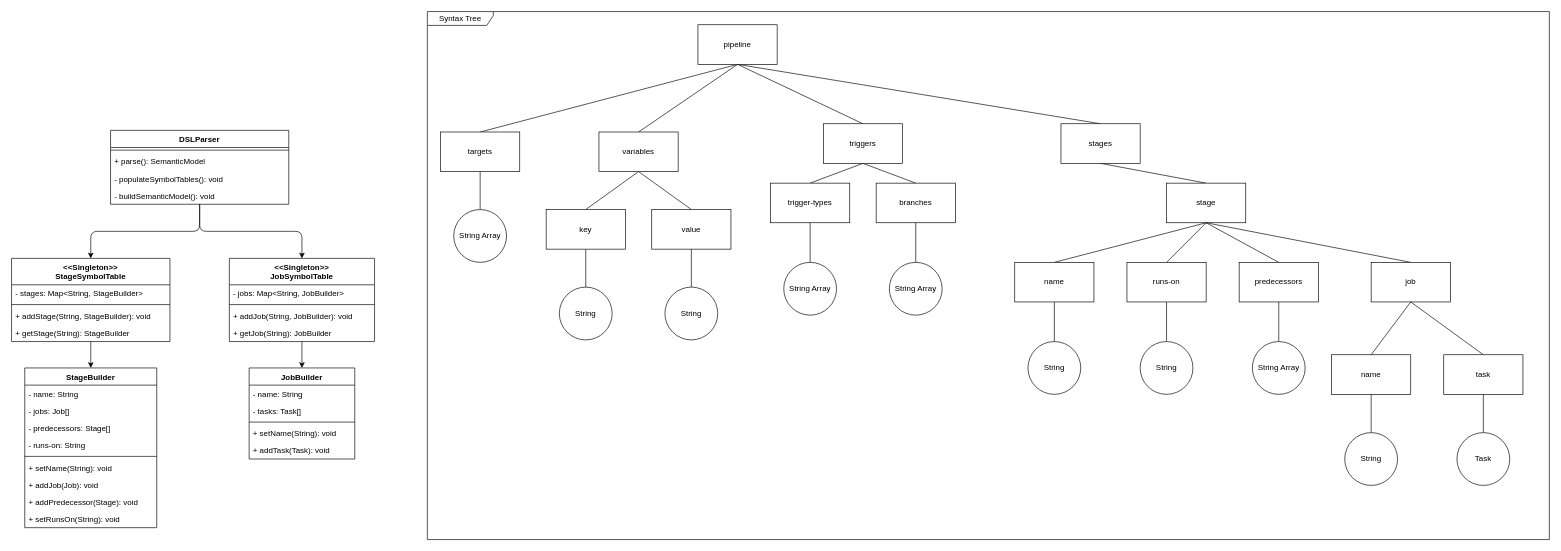
Above: page "Parser" (2 of 6) of documentation/diagrams/SystemOverview.drawio in Tobiaskr12/SingularCI (draw.io), before the change. Source tidied: cells renumbered, new cells numbered last; positions are measured from the earlier drawing's top-left corner, leaving out a move shared by most shapes. Both pictures are drawn from the tidied source at 66%, with x=0, y=0 at pixel (11, 11).
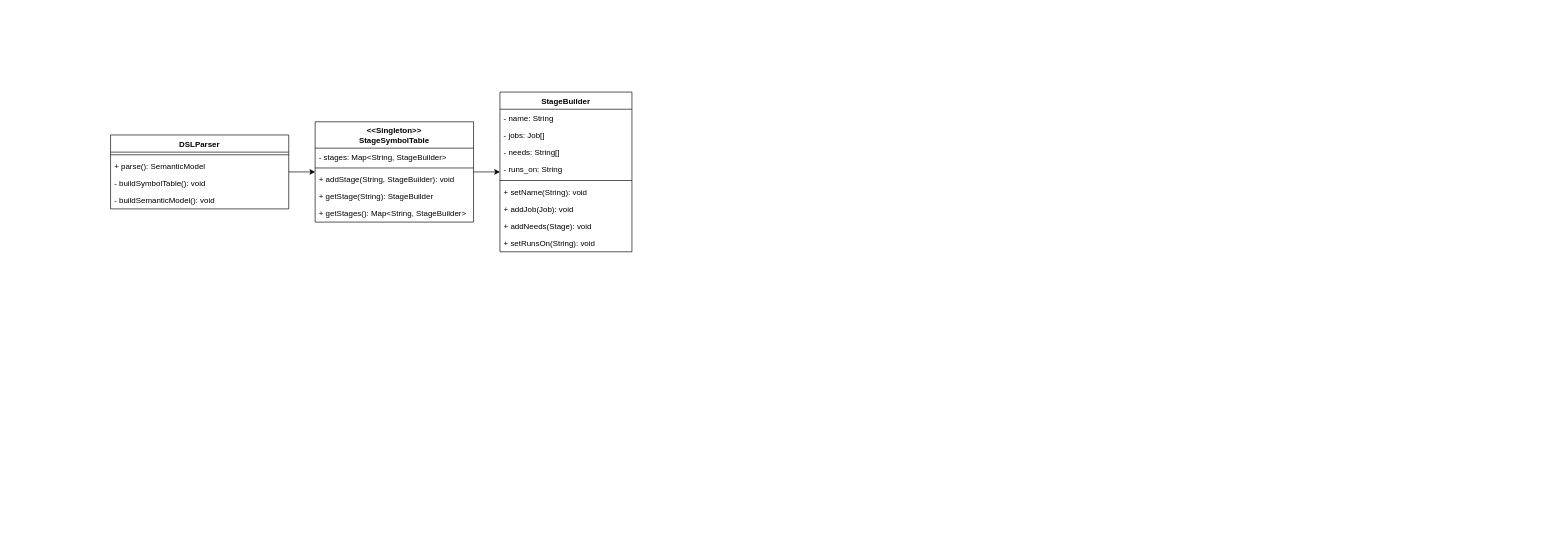
Above is the later version.

Change to the diagram source:
```diff
@@
-    <mxCell id="2" value="Syntax Tree" style="shape=umlFrame;whiteSpace=wrap;html=1;width=100;height=21;" parent="1" vertex="1">
-      <mxGeometry x="630" width="1700" height="800" as="geometry" />
-    </mxCell>
-    <mxCell id="3" style="edgeStyle=orthogonalEdgeStyle;html=1;entryX=0.5;entryY=0;entryDx=0;entryDy=0;" parent="1" edge="1" source="4" target="10">
+    <mxCell id="3" style="edgeStyle=orthogonalEdgeStyle;html=1;" parent="1" edge="1" source="4" target="10">
       <mxGeometry relative="1" as="geometry" />
     </mxCell>
     <mxCell id="4" value="DSLParser" style="swimlane;fontStyle=1;align=center;verticalAlign=top;horizontal=1;startSize=26;" parent="1" vertex="1">
-      <mxGeometry x="150" y="180" width="270" height="112" as="geometry" />
+      <mxGeometry x="150" y="187" width="270" height="112" as="geometry" />
     </mxCell>
@@
-    <mxCell id="7" value="- populateSymbolTables(): void" style="text;strokeColor=none;fillColor=none;align=left;verticalAlign=top;spacingLeft=4;spacingRight=4;overflow=hidden;" parent="4" vertex="1">
+    <mxCell id="7" value="- buildSymbolTable(): void" style="text;strokeColor=none;fillColor=none;align=left;verticalAlign=top;spacingLeft=4;spacingRight=4;overflow=hidden;" parent="4" vertex="1">
       <mxGeometry y="60" width="270" height="26" as="geometry" />
     </mxCell>
@@
-    <mxCell id="9" style="edgeStyle=orthogonalEdgeStyle;html=1;entryX=0.5;entryY=0;entryDx=0;entryDy=0;endArrow=classic;endFill=1;endSize=6;" parent="1" edge="1" source="10" target="22">
+    <mxCell id="9" style="edgeStyle=orthogonalEdgeStyle;html=1;endArrow=classic;endFill=1;endSize=6;" parent="1" edge="1" source="10" target="22">
       <mxGeometry relative="1" as="geometry" />
     </mxCell>
     <mxCell id="10" value="&lt;&lt;Singleton&gt;&gt;&#10;StageSymbolTable" style="swimlane;fontStyle=1;align=center;verticalAlign=top;horizontal=1;startSize=40;" parent="1" vertex="1">
-      <mxGeometry y="374" width="240" height="126" as="geometry" />
+      <mxGeometry x="460" y="167" width="240" height="152" as="geometry" />
     </mxCell>
@@
-    <mxCell id="15" style="edgeStyle=orthogonalEdgeStyle;html=1;entryX=0.5;entryY=0;entryDx=0;entryDy=0;endArrow=classic;endFill=1;endSize=6;" parent="1" edge="1" source="17" target="32">
-      <mxGeometry relative="1" as="geometry" />
-    </mxCell>
-    <mxCell id="16" style="edgeStyle=orthogonalEdgeStyle;html=1;exitX=0.5;exitY=0;exitDx=0;exitDy=0;endArrow=none;endFill=0;startArrow=classic;startFill=1;" parent="1" edge="1" source="17" target="4">
-      <mxGeometry relative="1" as="geometry" />
-    </mxCell>
-    <mxCell id="17" value="&lt;&lt;Singleton&gt;&gt;&#10;JobSymbolTable" style="swimlane;fontStyle=1;align=center;verticalAlign=top;horizontal=1;startSize=40;" parent="1" vertex="1">
-      <mxGeometry x="330" y="374" width="220" height="126" as="geometry" />
-    </mxCell>
-    <mxCell id="18" value="- jobs: Map&lt;String, JobBuilder&gt;" style="text;strokeColor=none;fillColor=none;align=left;verticalAlign=top;spacingLeft=4;spacingRight=4;overflow=hidden;" parent="17" vertex="1">
-      <mxGeometry y="40" width="220" height="26" as="geometry" />
-    </mxCell>
-    <mxCell id="19" style="line;strokeWidth=1;fillColor=none;align=left;verticalAlign=middle;spacingTop=-1;spacingLeft=3;spacingRight=3;labelPosition=right;" parent="17" vertex="1">
-      <mxGeometry y="66" width="220" height="8" as="geometry" />
-    </mxCell>
-    <mxCell id="20" value="+ addJob(String, JobBuilder): void" style="text;strokeColor=none;fillColor=none;align=left;verticalAlign=top;spacingLeft=4;spacingRight=4;overflow=hidden;" parent="17" vertex="1">
-      <mxGeometry y="74" width="220" height="26" as="geometry" />
-    </mxCell>
-    <mxCell id="21" value="+ getJob(String): JobBuilder" style="text;strokeColor=none;fillColor=none;align=left;verticalAlign=top;spacingLeft=4;spacingRight=4;overflow=hidden;" parent="17" vertex="1">
-      <mxGeometry y="100" width="220" height="26" as="geometry" />
-    </mxCell>
+    <mxCell id="89" value="+ getStages(): Map&lt;String, StageBuilder&gt;" style="text;strokeColor=none;fillColor=none;align=left;verticalAlign=top;spacingLeft=4;spacingRight=4;overflow=hidden;" parent="10" vertex="1">
+      <mxGeometry y="126" width="240" height="26" as="geometry" />
+    </mxCell>
     <mxCell id="22" value="StageBuilder" style="swimlane;fontStyle=1;align=center;verticalAlign=top;horizontal=1;startSize=26;" parent="1" vertex="1">
-      <mxGeometry x="20" y="540" width="200" height="242" as="geometry" />
+      <mxGeometry x="740" y="122" width="200" height="242" as="geometry" />
     </mxCell>
@@
-    <mxCell id="25" value="- predecessors: Stage[]" style="text;strokeColor=none;fillColor=none;align=left;verticalAlign=top;spacingLeft=4;spacingRight=4;overflow=hidden;" parent="22" vertex="1">
+    <mxCell id="25" value="- needs: String[]" style="text;strokeColor=none;fillColor=none;align=left;verticalAlign=top;spacingLeft=4;spacingRight=4;overflow=hidden;" parent="22" vertex="1">
       <mxGeometry y="78" width="200" height="26" as="geometry" />
     </mxCell>
-    <mxCell id="26" value="- runs-on: String" style="text;strokeColor=none;fillColor=none;align=left;verticalAlign=top;spacingLeft=4;spacingRight=4;overflow=hidden;" parent="22" vertex="1">
+    <mxCell id="26" value="- runs_on: String" style="text;strokeColor=none;fillColor=none;align=left;verticalAlign=top;spacingLeft=4;spacingRight=4;overflow=hidden;" parent="22" vertex="1">
       <mxGeometry y="104" width="200" height="26" as="geometry" />
     </mxCell>
@@
-    <mxCell id="30" value="+ addPredecessor(Stage): void" style="text;strokeColor=none;fillColor=none;align=left;verticalAlign=top;spacingLeft=4;spacingRight=4;overflow=hidden;" parent="22" vertex="1">
+    <mxCell id="30" value="+ addNeeds(Stage): void" style="text;strokeColor=none;fillColor=none;align=left;verticalAlign=top;spacingLeft=4;spacingRight=4;overflow=hidden;" parent="22" vertex="1">
       <mxGeometry y="190" width="200" height="26" as="geometry" />
     </mxCell>
@@
-    <mxCell id="32" value="JobBuilder" style="swimlane;fontStyle=1;align=center;verticalAlign=top;horizontal=1;startSize=26;" parent="1" vertex="1">
-      <mxGeometry x="360" y="540" width="160" height="138" as="geometry" />
-    </mxCell>
-    <mxCell id="33" value="- name: String" style="text;strokeColor=none;fillColor=none;align=left;verticalAlign=top;spacingLeft=4;spacingRight=4;overflow=hidden;" parent="32" vertex="1">
-      <mxGeometry y="26" width="160" height="26" as="geometry" />
-    </mxCell>
-    <mxCell id="34" value="- tasks: Task[]" style="text;strokeColor=none;fillColor=none;align=left;verticalAlign=top;spacingLeft=4;spacingRight=4;overflow=hidden;" parent="32" vertex="1">
-      <mxGeometry y="52" width="160" height="26" as="geometry" />
-    </mxCell>
-    <mxCell id="35" style="line;strokeWidth=1;fillColor=none;align=left;verticalAlign=middle;spacingTop=-1;spacingLeft=3;spacingRight=3;labelPosition=right;" parent="32" vertex="1">
-      <mxGeometry y="78" width="160" height="8" as="geometry" />
-    </mxCell>
-    <mxCell id="36" value="+ setName(String): void" style="text;strokeColor=none;fillColor=none;align=left;verticalAlign=top;spacingLeft=4;spacingRight=4;overflow=hidden;" parent="32" vertex="1">
-      <mxGeometry y="86" width="160" height="26" as="geometry" />
-    </mxCell>
-    <mxCell id="37" value="+ addTask(Task): void" style="text;strokeColor=none;fillColor=none;align=left;verticalAlign=top;spacingLeft=4;spacingRight=4;overflow=hidden;" parent="32" vertex="1">
-      <mxGeometry y="112" width="160" height="26" as="geometry" />
-    </mxCell>
-    <mxCell id="38" style="html=1;exitX=0.5;exitY=0;exitDx=0;exitDy=0;entryX=0.5;entryY=1;entryDx=0;entryDy=0;endArrow=none;endFill=0;endSize=6;" parent="1" edge="1" source="43" target="42">
-      <mxGeometry relative="1" as="geometry" />
-    </mxCell>
-    <mxCell id="39" style="edgeStyle=none;html=1;exitX=0.5;exitY=0;exitDx=0;exitDy=0;entryX=0.5;entryY=1;entryDx=0;entryDy=0;endArrow=none;endFill=0;endSize=6;" parent="1" edge="1" source="46" target="42">
-      <mxGeometry relative="1" as="geometry" />
-    </mxCell>
-    <mxCell id="40" style="edgeStyle=none;html=1;exitX=0.5;exitY=0;exitDx=0;exitDy=0;entryX=0.5;entryY=1;entryDx=0;entryDy=0;endArrow=none;endFill=0;endSize=6;" parent="1" edge="1" source="49" target="42">
-      <mxGeometry relative="1" as="geometry" />
-    </mxCell>
-    <mxCell id="41" style="edgeStyle=none;html=1;exitX=0.5;exitY=0;exitDx=0;exitDy=0;entryX=0.5;entryY=1;entryDx=0;entryDy=0;endArrow=none;endFill=0;endSize=6;" parent="1" edge="1" source="56" target="42">
-      <mxGeometry relative="1" as="geometry" />
-    </mxCell>
-    <mxCell id="42" value="pipeline" style="rounded=0;whiteSpace=wrap;html=1;" parent="1" vertex="1">
-      <mxGeometry x="1040" y="20" width="120" height="60" as="geometry" />
-    </mxCell>
-    <mxCell id="43" value="targets" style="rounded=0;whiteSpace=wrap;html=1;" parent="1" vertex="1">
-      <mxGeometry x="650" y="182.5" width="120" height="60" as="geometry" />
-    </mxCell>
-    <mxCell id="44" style="edgeStyle=none;html=1;exitX=0.5;exitY=1;exitDx=0;exitDy=0;entryX=0.5;entryY=0;entryDx=0;entryDy=0;endArrow=none;endFill=0;endSize=6;" parent="1" edge="1" source="46" target="51">
-      <mxGeometry relative="1" as="geometry" />
-    </mxCell>
-    <mxCell id="45" style="edgeStyle=none;html=1;exitX=0.5;exitY=1;exitDx=0;exitDy=0;entryX=0.5;entryY=0;entryDx=0;entryDy=0;endArrow=none;endFill=0;endSize=6;" parent="1" edge="1" source="46" target="52">
-      <mxGeometry relative="1" as="geometry" />
-    </mxCell>
-    <mxCell id="46" value="variables" style="rounded=0;whiteSpace=wrap;html=1;" parent="1" vertex="1">
-      <mxGeometry x="890" y="182.5" width="120" height="60" as="geometry" />
-    </mxCell>
-    <mxCell id="47" style="edgeStyle=none;html=1;exitX=0.5;exitY=1;exitDx=0;exitDy=0;entryX=0.5;entryY=0;entryDx=0;entryDy=0;endArrow=none;endFill=0;endSize=6;" parent="1" edge="1" source="49" target="53">
-      <mxGeometry relative="1" as="geometry" />
-    </mxCell>
-    <mxCell id="48" style="edgeStyle=none;html=1;exitX=0.5;exitY=1;exitDx=0;exitDy=0;entryX=0.5;entryY=0;entryDx=0;entryDy=0;endArrow=none;endFill=0;endSize=6;" parent="1" edge="1" source="49" target="54">
-      <mxGeometry relative="1" as="geometry" />
-    </mxCell>
-    <mxCell id="49" value="triggers" style="rounded=0;whiteSpace=wrap;html=1;" parent="1" vertex="1">
-      <mxGeometry x="1230" y="170" width="120" height="60" as="geometry" />
-    </mxCell>
-    <mxCell id="50" style="edgeStyle=none;html=1;exitX=0.5;exitY=1;exitDx=0;exitDy=0;entryX=0.5;entryY=0;entryDx=0;entryDy=0;endArrow=none;endFill=0;endSize=6;" parent="1" edge="1" source="51" target="77">
-      <mxGeometry relative="1" as="geometry" />
-    </mxCell>
-    <mxCell id="51" value="key" style="rounded=0;whiteSpace=wrap;html=1;" parent="1" vertex="1">
-      <mxGeometry x="810" y="300" width="120" height="60" as="geometry" />
-    </mxCell>
-    <mxCell id="52" value="value" style="rounded=0;whiteSpace=wrap;html=1;" parent="1" vertex="1">
-      <mxGeometry x="970" y="300" width="120" height="60" as="geometry" />
-    </mxCell>
-    <mxCell id="53" value="trigger-types" style="rounded=0;whiteSpace=wrap;html=1;" parent="1" vertex="1">
-      <mxGeometry x="1150" y="260" width="120" height="60" as="geometry" />
-    </mxCell>
-    <mxCell id="54" value="branches" style="rounded=0;whiteSpace=wrap;html=1;" parent="1" vertex="1">
-      <mxGeometry x="1310" y="260" width="120" height="60" as="geometry" />
-    </mxCell>
-    <mxCell id="55" style="edgeStyle=none;html=1;exitX=0.5;exitY=1;exitDx=0;exitDy=0;entryX=0.5;entryY=0;entryDx=0;entryDy=0;endArrow=none;endFill=0;endSize=6;" parent="1" edge="1" source="56" target="57">
-      <mxGeometry relative="1" as="geometry" />
-    </mxCell>
-    <mxCell id="56" value="stages" style="rounded=0;whiteSpace=wrap;html=1;" parent="1" vertex="1">
-      <mxGeometry x="1590" y="170" width="120" height="60" as="geometry" />
-    </mxCell>
-    <mxCell id="57" value="stage" style="rounded=0;whiteSpace=wrap;html=1;" parent="1" vertex="1">
-      <mxGeometry x="1750" y="260" width="120" height="60" as="geometry" />
-    </mxCell>
-    <mxCell id="58" style="edgeStyle=none;html=1;exitX=0.5;exitY=0;exitDx=0;exitDy=0;entryX=0.5;entryY=1;entryDx=0;entryDy=0;endArrow=none;endFill=0;endSize=6;" parent="1" edge="1" source="60" target="57">
-      <mxGeometry relative="1" as="geometry" />
-    </mxCell>
-    <mxCell id="59" style="edgeStyle=none;html=1;exitX=0.5;exitY=1;exitDx=0;exitDy=0;entryX=0.5;entryY=0;entryDx=0;entryDy=0;endArrow=none;endFill=0;endSize=6;" parent="1" edge="1" source="60" target="84">
-      <mxGeometry relative="1" as="geometry" />
-    </mxCell>
-    <mxCell id="60" value="name" style="rounded=0;whiteSpace=wrap;html=1;" parent="1" vertex="1">
-      <mxGeometry x="1520" y="380" width="120" height="60" as="geometry" />
-    </mxCell>
-    <mxCell id="61" style="edgeStyle=none;html=1;exitX=0.5;exitY=0;exitDx=0;exitDy=0;entryX=0.5;entryY=1;entryDx=0;entryDy=0;endArrow=none;endFill=0;endSize=6;" parent="1" edge="1" source="63" target="57">
-      <mxGeometry relative="1" as="geometry" />
-    </mxCell>
-    <mxCell id="62" style="edgeStyle=none;html=1;exitX=0.5;exitY=1;exitDx=0;exitDy=0;entryX=0.5;entryY=0;entryDx=0;entryDy=0;endArrow=none;endFill=0;endSize=6;" parent="1" edge="1" source="63" target="85">
-      <mxGeometry relative="1" as="geometry" />
-    </mxCell>
-    <mxCell id="63" value="runs-on" style="rounded=0;whiteSpace=wrap;html=1;" parent="1" vertex="1">
-      <mxGeometry x="1690" y="380" width="120" height="60" as="geometry" />
-    </mxCell>
-    <mxCell id="64" style="edgeStyle=none;html=1;exitX=0.5;exitY=0;exitDx=0;exitDy=0;entryX=0.5;entryY=1;entryDx=0;entryDy=0;endArrow=none;endFill=0;endSize=6;" parent="1" edge="1" source="66" target="57">
-      <mxGeometry relative="1" as="geometry" />
-    </mxCell>
-    <mxCell id="65" style="edgeStyle=none;html=1;exitX=0.5;exitY=1;exitDx=0;exitDy=0;entryX=0.5;entryY=0;entryDx=0;entryDy=0;endArrow=none;endFill=0;endSize=6;" parent="1" edge="1" source="66" target="86">
-      <mxGeometry relative="1" as="geometry" />
-    </mxCell>
-    <mxCell id="66" value="predecessors" style="rounded=0;whiteSpace=wrap;html=1;" parent="1" vertex="1">
-      <mxGeometry x="1860" y="380" width="120" height="60" as="geometry" />
-    </mxCell>
-    <mxCell id="67" style="edgeStyle=none;html=1;exitX=0.5;exitY=0;exitDx=0;exitDy=0;entryX=0.5;entryY=1;entryDx=0;entryDy=0;endArrow=none;endFill=0;endSize=6;" parent="1" edge="1" source="68" target="57">
-      <mxGeometry relative="1" as="geometry" />
-    </mxCell>
-    <mxCell id="68" value="job" style="rounded=0;whiteSpace=wrap;html=1;" parent="1" vertex="1">
-      <mxGeometry x="2060" y="380" width="120" height="60" as="geometry" />
-    </mxCell>
-    <mxCell id="69" style="edgeStyle=none;html=1;exitX=0.5;exitY=0;exitDx=0;exitDy=0;entryX=0.5;entryY=1;entryDx=0;entryDy=0;endArrow=none;endFill=0;endSize=6;" parent="1" edge="1" source="71" target="68">
-      <mxGeometry relative="1" as="geometry" />
-    </mxCell>
-    <mxCell id="70" style="edgeStyle=none;html=1;exitX=0.5;exitY=1;exitDx=0;exitDy=0;entryX=0.5;entryY=0;entryDx=0;entryDy=0;endArrow=none;endFill=0;endSize=6;" parent="1" edge="1" source="71" target="87">
-      <mxGeometry relative="1" as="geometry" />
-    </mxCell>
-    <mxCell id="71" value="name" style="rounded=0;whiteSpace=wrap;html=1;" parent="1" vertex="1">
-      <mxGeometry x="2000" y="520" width="120" height="60" as="geometry" />
-    </mxCell>
-    <mxCell id="72" style="edgeStyle=none;html=1;exitX=0.5;exitY=1;exitDx=0;exitDy=0;entryX=0.5;entryY=0;entryDx=0;entryDy=0;endArrow=none;endFill=0;endSize=6;" parent="1" edge="1" source="74" target="88">
-      <mxGeometry relative="1" as="geometry" />
-    </mxCell>
-    <mxCell id="73" style="edgeStyle=none;html=1;exitX=0.5;exitY=0;exitDx=0;exitDy=0;entryX=0.5;entryY=1;entryDx=0;entryDy=0;endArrow=none;endFill=0;endSize=6;" parent="1" edge="1" source="74" target="68">
-      <mxGeometry relative="1" as="geometry" />
-    </mxCell>
-    <mxCell id="74" value="task" style="rounded=0;whiteSpace=wrap;html=1;" parent="1" vertex="1">
-      <mxGeometry x="2170" y="520" width="120" height="60" as="geometry" />
-    </mxCell>
-    <mxCell id="75" style="edgeStyle=none;html=1;exitX=0.5;exitY=0;exitDx=0;exitDy=0;entryX=0.5;entryY=1;entryDx=0;entryDy=0;endArrow=none;endFill=0;endSize=6;" parent="1" edge="1" source="76" target="43">
-      <mxGeometry relative="1" as="geometry" />
-    </mxCell>
-    <mxCell id="76" value="String Array" style="ellipse;whiteSpace=wrap;html=1;" parent="1" vertex="1">
-      <mxGeometry x="670" y="300" width="80" height="80" as="geometry" />
-    </mxCell>
-    <mxCell id="77" value="String" style="ellipse;whiteSpace=wrap;html=1;" parent="1" vertex="1">
-      <mxGeometry x="830" y="417.5" width="80" height="80" as="geometry" />
-    </mxCell>
-    <mxCell id="78" style="edgeStyle=none;html=1;endArrow=none;endFill=0;endSize=6;" parent="1" edge="1" source="79" target="52">
-      <mxGeometry relative="1" as="geometry" />
-    </mxCell>
-    <mxCell id="79" value="String" style="ellipse;whiteSpace=wrap;html=1;" parent="1" vertex="1">
-      <mxGeometry x="990" y="417.5" width="80" height="80" as="geometry" />
-    </mxCell>
-    <mxCell id="80" style="edgeStyle=none;html=1;exitX=0.5;exitY=0;exitDx=0;exitDy=0;entryX=0.5;entryY=1;entryDx=0;entryDy=0;endArrow=none;endFill=0;endSize=6;" parent="1" edge="1" source="81" target="53">
-      <mxGeometry relative="1" as="geometry" />
-    </mxCell>
-    <mxCell id="81" value="String Array" style="ellipse;whiteSpace=wrap;html=1;" parent="1" vertex="1">
-      <mxGeometry x="1170" y="380" width="80" height="80" as="geometry" />
-    </mxCell>
-    <mxCell id="82" style="edgeStyle=none;html=1;exitX=0.5;exitY=0;exitDx=0;exitDy=0;entryX=0.5;entryY=1;entryDx=0;entryDy=0;endArrow=none;endFill=0;endSize=6;" parent="1" edge="1" source="83" target="54">
-      <mxGeometry relative="1" as="geometry" />
-    </mxCell>
-    <mxCell id="83" value="String Array" style="ellipse;whiteSpace=wrap;html=1;" parent="1" vertex="1">
-      <mxGeometry x="1330" y="380" width="80" height="80" as="geometry" />
-    </mxCell>
-    <mxCell id="84" value="String" style="ellipse;whiteSpace=wrap;html=1;" parent="1" vertex="1">
-      <mxGeometry x="1540" y="500" width="80" height="80" as="geometry" />
-    </mxCell>
-    <mxCell id="85" value="String" style="ellipse;whiteSpace=wrap;html=1;" parent="1" vertex="1">
-      <mxGeometry x="1710" y="500" width="80" height="80" as="geometry" />
-    </mxCell>
-    <mxCell id="86" value="String Array" style="ellipse;whiteSpace=wrap;html=1;" parent="1" vertex="1">
-      <mxGeometry x="1880" y="500" width="80" height="80" as="geometry" />
-    </mxCell>
-    <mxCell id="87" value="String" style="ellipse;whiteSpace=wrap;html=1;" parent="1" vertex="1">
-      <mxGeometry x="2020" y="638" width="80" height="80" as="geometry" />
-    </mxCell>
-    <mxCell id="88" value="Task" style="ellipse;whiteSpace=wrap;html=1;" parent="1" vertex="1">
-      <mxGeometry x="2190" y="638" width="80" height="80" as="geometry" />
-    </mxCell>
```
